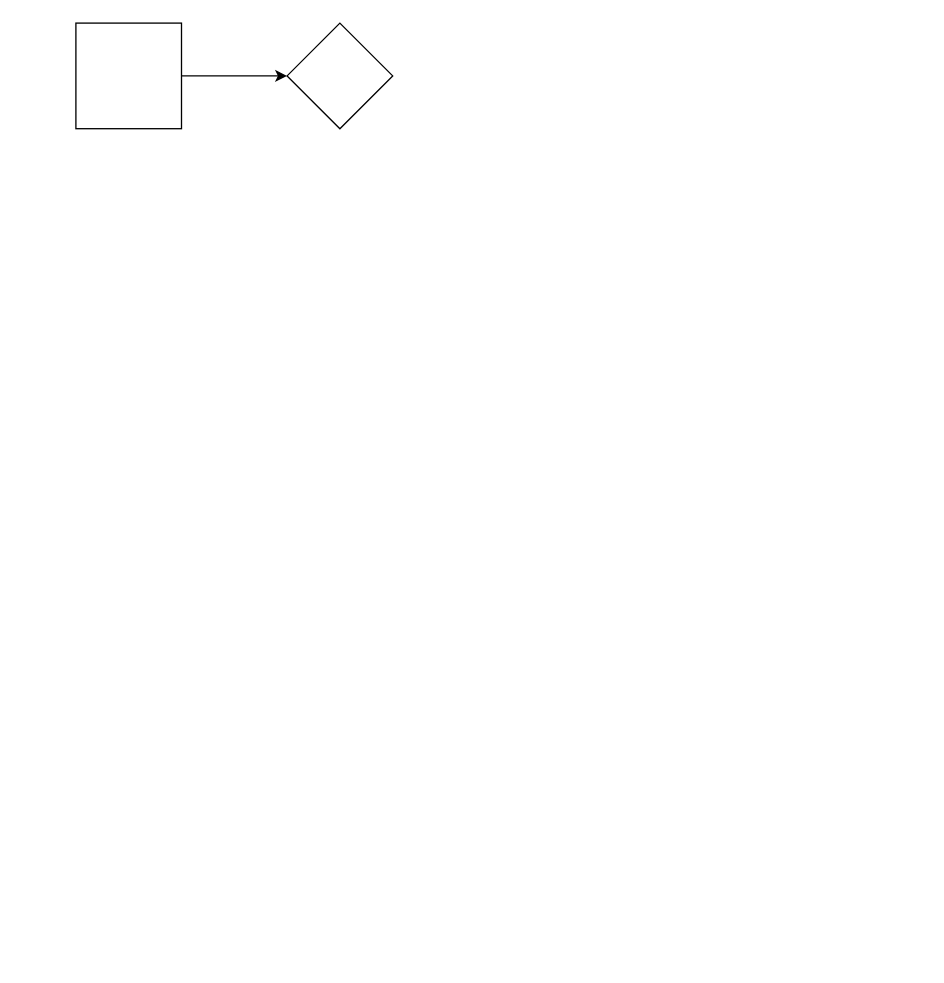
This is 未命名绘图.drawio from jansyhung/drawio, a draw.io file, before an edit. Source tidied: cells renumbered, new cells numbered last; positions are measured from the earlier drawing's top-left corner, leaving out a move shared by most shapes. Both pictures are drawn from the tidied source at 132%, with x=0, y=0 at pixel (75, 22).
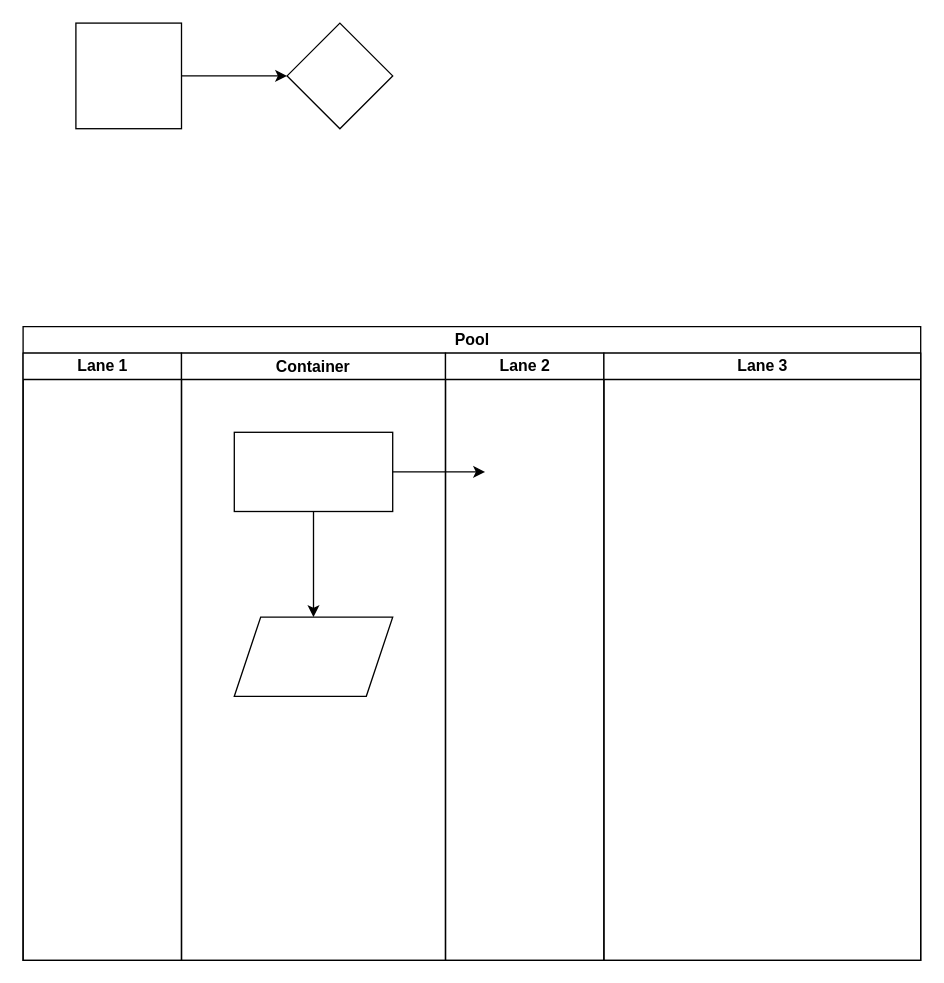
The same diagram, later.

Commit message (it also covers changes not shown here):
更新未命名绘图.drawio

Diff of the diagram source:
```diff
@@
 <mxGraphModel>
   <root>
     <mxCell id="0" />
     <mxCell id="1" parent="0" />
     <mxCell id="2" style="edgeStyle=orthogonalEdgeStyle;rounded=0;jettySize=auto;html=1;" parent="1" edge="1" source="3" target="4">
       <mxGeometry relative="1" as="geometry" />
     </mxCell>
     <mxCell id="3" style="whiteSpace=wrap;html=1;" parent="1" vertex="1">
       <mxGeometry width="80" height="80" as="geometry" />
     </mxCell>
     <mxCell id="4" style="rhombus;whiteSpace=wrap;html=1;" parent="1" vertex="1">
       <mxGeometry x="160" width="80" height="80" as="geometry" />
     </mxCell>
+    <mxCell id="5" value="Pool" style="swimlane;html=1;startSize=20;" parent="1" vertex="1">
+      <mxGeometry x="-40" y="230" width="680" height="480" as="geometry" />
+    </mxCell>
+    <mxCell id="6" value="Lane 1" style="swimlane;html=1;startSize=20;" parent="5" vertex="1">
+      <mxGeometry y="20" width="120" height="460" as="geometry" />
+    </mxCell>
+    <mxCell id="7" value="Container" style="swimlane;startSize=20;" parent="5" vertex="1">
+      <mxGeometry x="120" y="20" width="200" height="460" as="geometry" />
+    </mxCell>
+    <mxCell id="8" style="rounded=0;whiteSpace=wrap;html=1;" parent="7" vertex="1">
+      <mxGeometry x="40" y="60" width="120" height="60" as="geometry" />
+    </mxCell>
+    <mxCell id="9" value="Lane 2" style="swimlane;html=1;startSize=20;" parent="5" vertex="1">
+      <mxGeometry x="320" y="20" width="120" height="460" as="geometry" />
+    </mxCell>
+    <mxCell id="10" value="Lane 3" style="swimlane;html=1;startSize=20;" parent="5" vertex="1">
+      <mxGeometry x="440" y="20" width="240" height="460" as="geometry" />
+    </mxCell>
+    <mxCell id="11" style="edgeStyle=orthogonalEdgeStyle;rounded=0;jettySize=auto;html=1;" parent="1" edge="1" source="8">
+      <mxGeometry relative="1" as="geometry">
+        <mxPoint x="310" y="340" as="targetPoint" />
+      </mxGeometry>
+    </mxCell>
+    <mxCell id="12" style="shape=parallelogram;perimeter=parallelogramPerimeter;whiteSpace=wrap;html=1;fixedSize=1;rounded=0;" parent="1" vertex="1">
+      <mxGeometry x="120" y="450" width="120" height="60" as="geometry" />
+    </mxCell>
+    <mxCell id="13" style="edgeStyle=orthogonalEdgeStyle;rounded=0;jettySize=auto;html=1;" parent="1" edge="1" source="8" target="12">
+      <mxGeometry relative="1" as="geometry" />
+    </mxCell>
   </root>
 </mxGraphModel>
```
